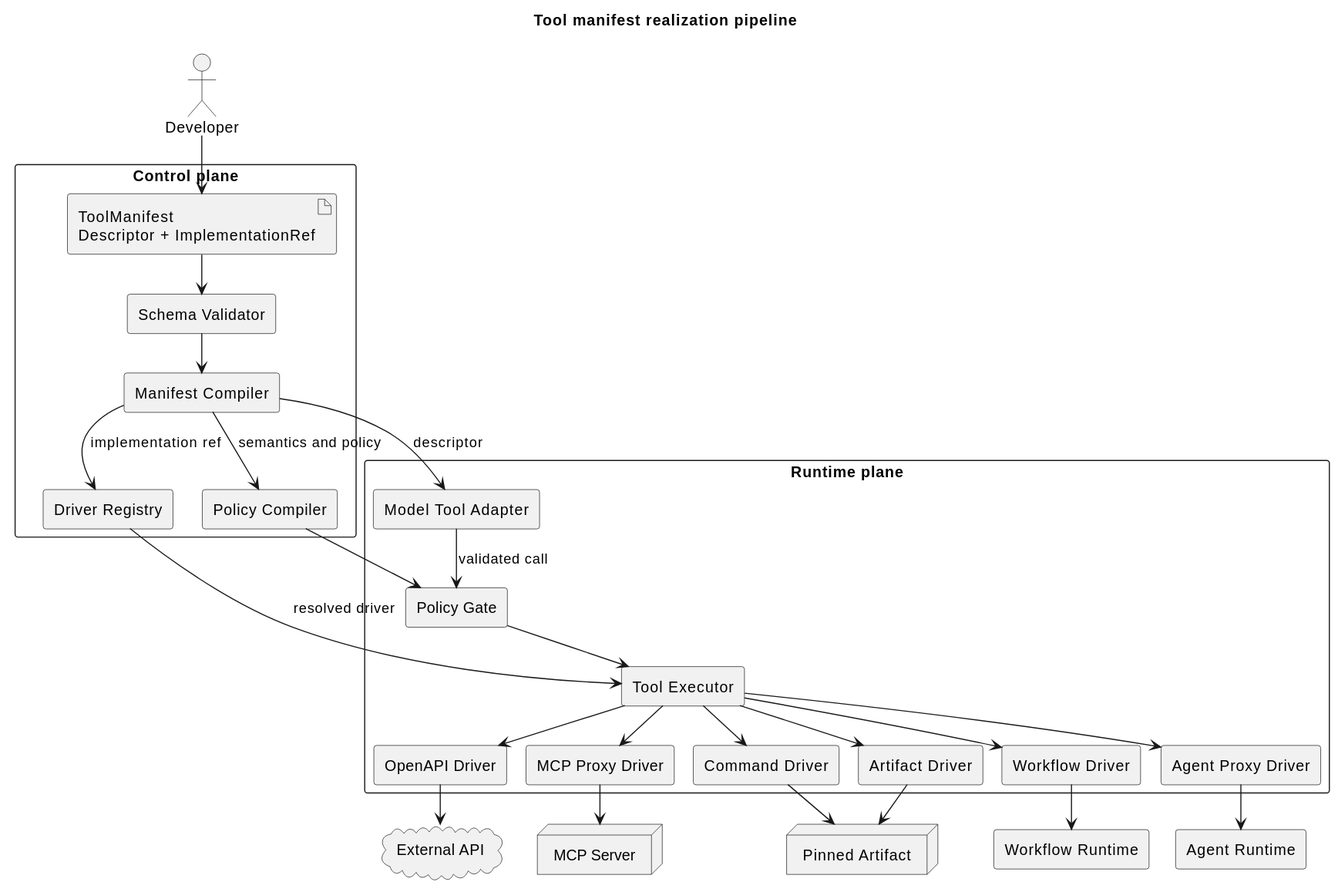
The PlantUML diagram 05-研究资料/01-配置生成Tool与Agent/tool_realization_pipeline.svg in ssm0808/pi-mono-java-design, before a commit.
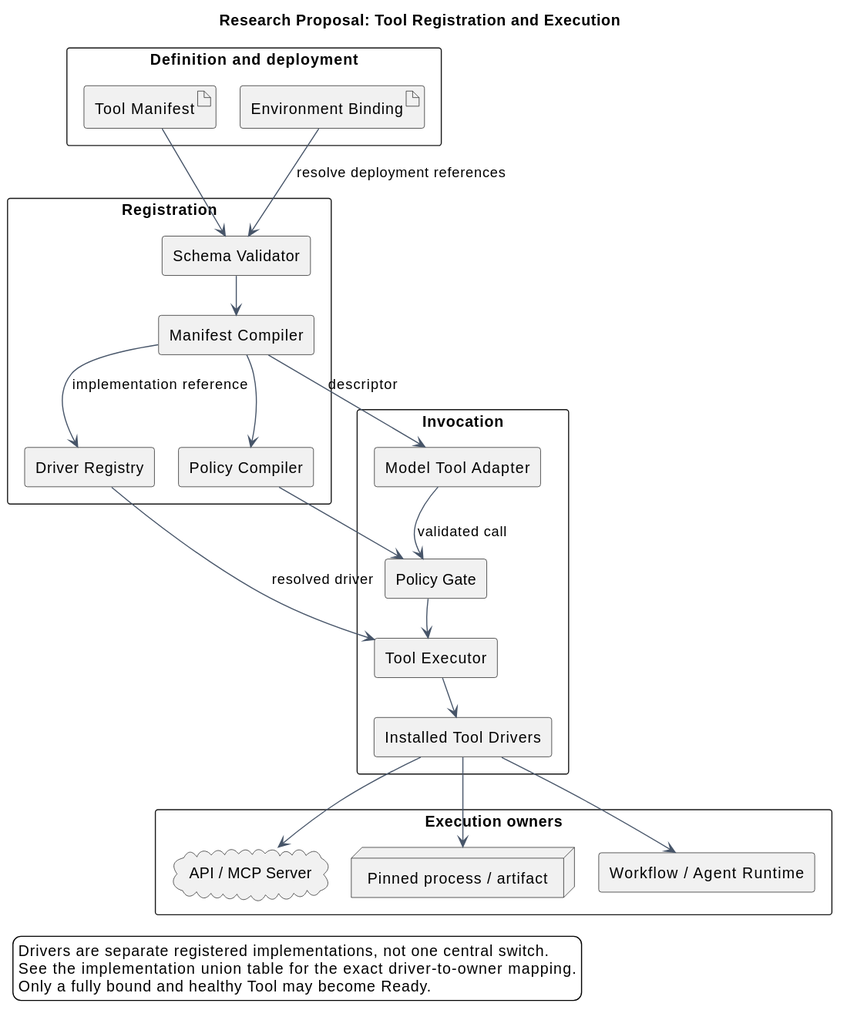
The same diagram one commit later.

Change to the diagram source:
```diff
@@ -1,57 +1,55 @@
 @startuml
-!pragma layout smetana
-title Tool manifest realization pipeline
-skinparam componentStyle rectangle
+title Research Proposal: Tool Registration and Execution
+top to bottom direction
 skinparam shadowing false
 skinparam backgroundColor white
+skinparam componentStyle rectangle
+skinparam packageStyle rectangle
+skinparam classAttributeIconSize 0
+skinparam nodesep 22
+skinparam ranksep 35
+skinparam ArrowColor #475569
 
-actor Developer
-rectangle "Control plane" {
-  artifact "ToolManifest\nDescriptor + ImplementationRef" as Manifest
+package "Definition and deployment" {
+  artifact "Tool Manifest" as Manifest
+  artifact "Environment Binding" as Binding
+}
+package "Registration" {
   component "Schema Validator" as Validator
   component "Manifest Compiler" as Compiler
   component "Driver Registry" as Registry
   component "Policy Compiler" as PolicyCompiler
 }
-
-rectangle "Runtime plane" {
-  component "Model Tool Adapter" as ModelAdapter
+package "Invocation" {
+  component "Model Tool Adapter" as Model
   component "Policy Gate" as Gate
   component "Tool Executor" as Executor
-  component "OpenAPI Driver" as OpenApiDriver
-  component "MCP Proxy Driver" as McpDriver
-  component "Command Driver" as CommandDriver
-  component "Artifact Driver" as ArtifactDriver
-  component "Workflow Driver" as WorkflowDriver
-  component "Agent Proxy Driver" as AgentDriver
+  component "Installed Tool Drivers" as Drivers
 }
-
-cloud "External API" as Api
-node "MCP Server" as McpServer
-node "Pinned Artifact" as Artifact
-component "Workflow Runtime" as Workflow
-component "Agent Runtime" as Agent
-
-Developer --> Manifest
+package "Execution owners" {
+  cloud "API / MCP Server" as Remote
+  node "Pinned process / artifact" as Artifact
+  component "Workflow / Agent Runtime" as Runtime
+}
 Manifest --> Validator
+Binding --> Validator : resolve deployment references
 Validator --> Compiler
-Compiler --> ModelAdapter : descriptor
-Compiler --> Registry : implementation ref
-Compiler --> PolicyCompiler : semantics and policy
+Compiler --> Model : descriptor
+Compiler --> Registry : implementation reference
+Compiler --> PolicyCompiler
 PolicyCompiler --> Gate
-ModelAdapter --> Gate : validated call
+Model --> Gate : validated call
 Gate --> Executor
 Registry --> Executor : resolved driver
-Executor --> OpenApiDriver
-Executor --> McpDriver
-Executor --> CommandDriver
-Executor --> ArtifactDriver
-Executor --> WorkflowDriver
-Executor --> AgentDriver
-OpenApiDriver --> Api
-McpDriver --> McpServer
-CommandDriver --> Artifact
-ArtifactDriver --> Artifact
-WorkflowDriver --> Workflow
-AgentDriver --> Agent
+Executor --> Drivers
+Drivers --> Remote
+Drivers --> Artifact
+Drivers --> Runtime
+Model -[hidden]down-> Gate
+Gate -[hidden]down-> Executor
+legend bottom left
+Drivers are separate registered implementations, not one central switch.
+See the implementation union table for the exact driver-to-owner mapping.
+Only a fully bound and healthy Tool may become Ready.
+endlegend
 @enduml
```
